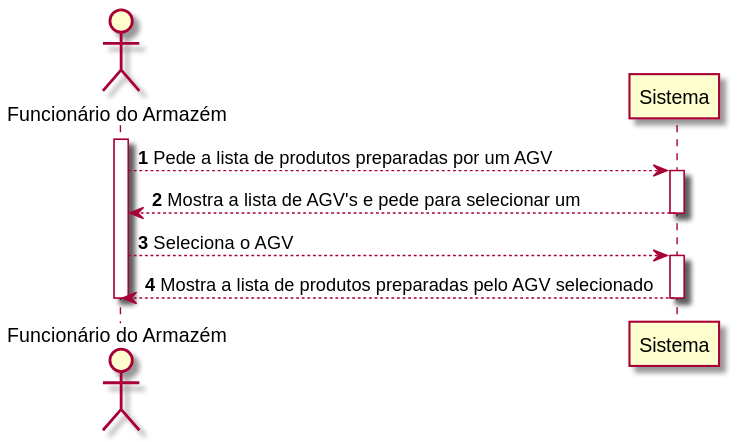
Earlier version of the PlantUML export docs/1200720/US2004/SSD_US2004.svg (0franciscor/lei21_22_s4_2de_01).
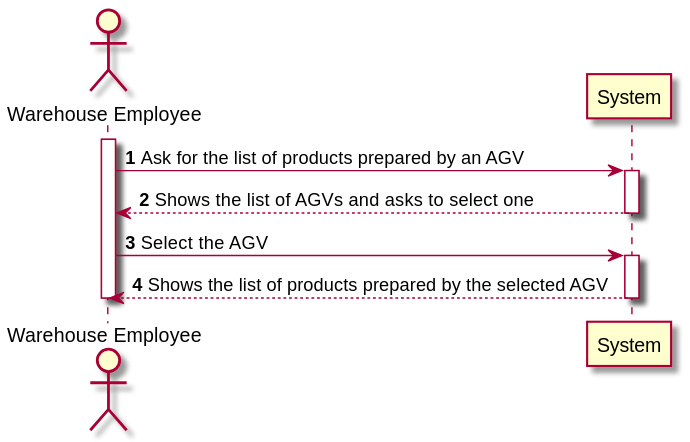
Above is the later version.

Diff of the diagram source:
```diff
@@ -1,18 +1,18 @@
 @startuml
 
-actor "Funcionário do Armazém" as F
-participant Sistema as S
+actor "Warehouse Employee" as F
+participant System as S
 autonumber
 
 activate F
-F --> S : Pede a lista de produtos preparadas por um AGV
+F -> S : Ask for the list of products prepared by an AGV
 activate S
 
-S --> F : Mostra a lista de AGV's e pede para selecionar um
+S --> F : Shows the list of AGVs and asks to select one
 deactivate S
-F --> S: Seleciona o AGV
+F -> S: Select the AGV
 activate S
-S --> F : Mostra a lista de produtos preparadas pelo AGV selecionado
+S --> F : Shows the list of products prepared by the selected AGV
 
 deactivate S
 deactivate F
```
